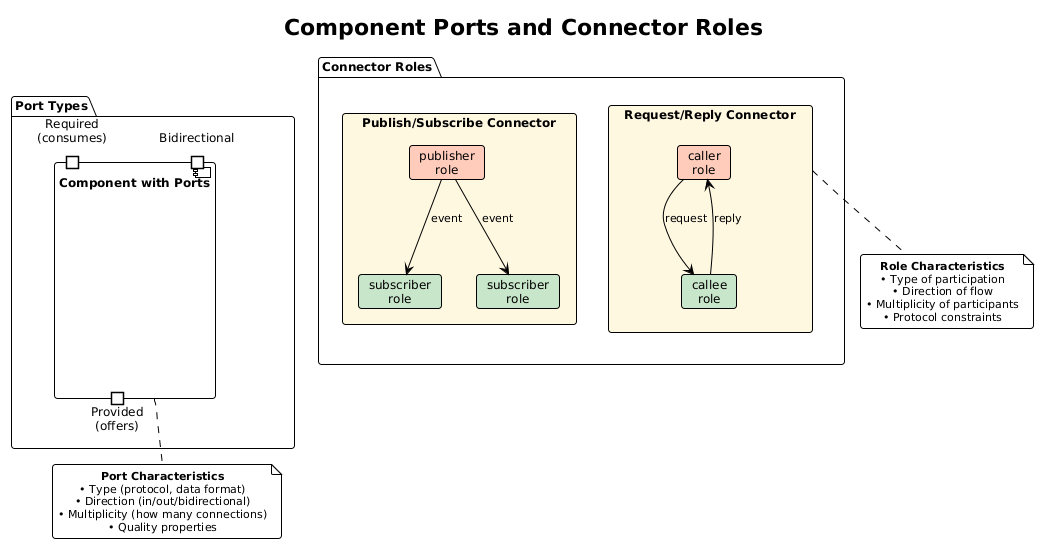
This is src/architecture/views-and-beyond/style-catalogs/component-and-connector/component-and-connector-views/png/11-ports-and-roles.png from Notoriousjayy/latex-docs, a PlantUML export, as it was before one commit.
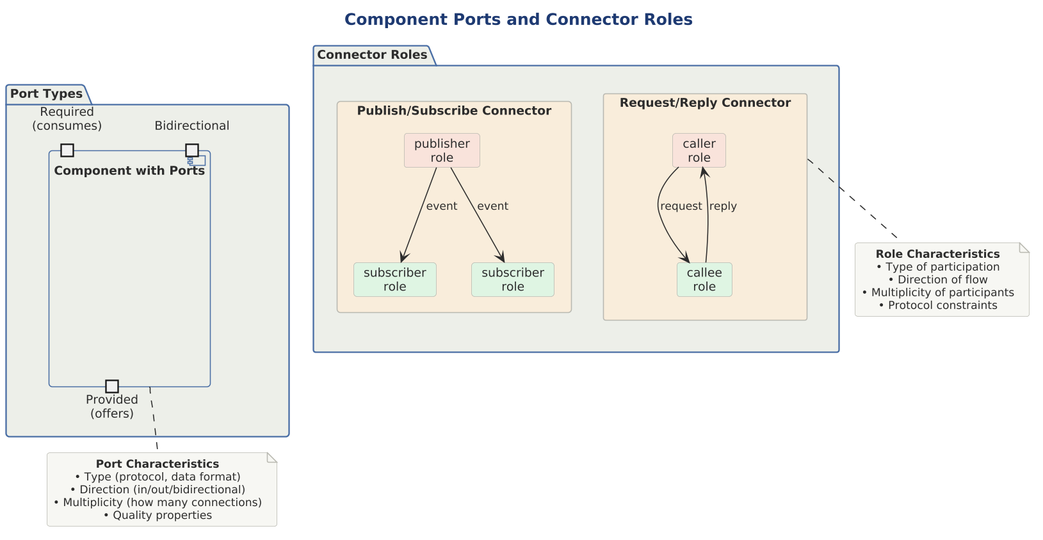
Later version of the same file.

What changed in the source:
```diff
@@ -1,7 +1,10 @@
 @startuml 11-ports-and-roles
+
+skinparam dpi 150
+
+
+
 !include ../../../../../../tooling/styles/plantuml/structural/package-diagram-style.iuml
-
-!theme plain
 
 title Component Ports and Connector Roles
 
@@ -14,17 +17,17 @@
 }
 
 package "Connector Roles" as roles {
-    rectangle "Request/Reply Connector" as rr #FFF8E1 {
-        card "caller\nrole" as caller #FFCCBC
-        card "callee\nrole" as callee #C8E6C9
+    rectangle "Request/Reply Connector" as rr $fill_caution {
+        card "caller\nrole" as caller $fill_invalid
+        card "callee\nrole" as callee $fill_ok
         caller --> callee : request
         callee --> caller : reply
     }
 
-    rectangle "Publish/Subscribe Connector" as ps #FFF8E1 {
-        card "publisher\nrole" as pub #FFCCBC
-        card "subscriber\nrole" as sub1 #C8E6C9
-        card "subscriber\nrole" as sub2 #C8E6C9
+    rectangle "Publish/Subscribe Connector" as ps $fill_caution {
+        card "publisher\nrole" as pub $fill_invalid
+        card "subscriber\nrole" as sub1 $fill_ok
+        card "subscriber\nrole" as sub2 $fill_ok
         pub --> sub1 : event
         pub --> sub2 : event
     }
```
